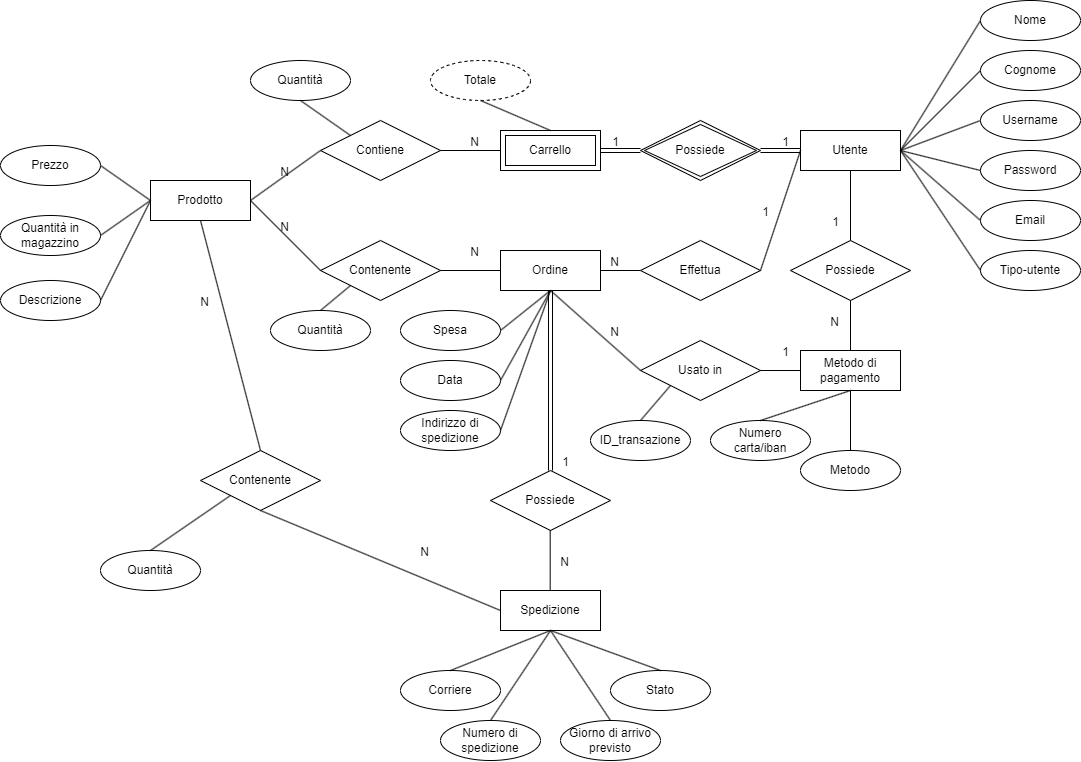
The draw.io diagram BD/GourmetSpices.png in superfra01/GourmetSpices, before a commit. Source tidied: cells renumbered, new cells last; positions are measured from the earlier drawing's top-left corner, leaving out a move shared by most shapes.
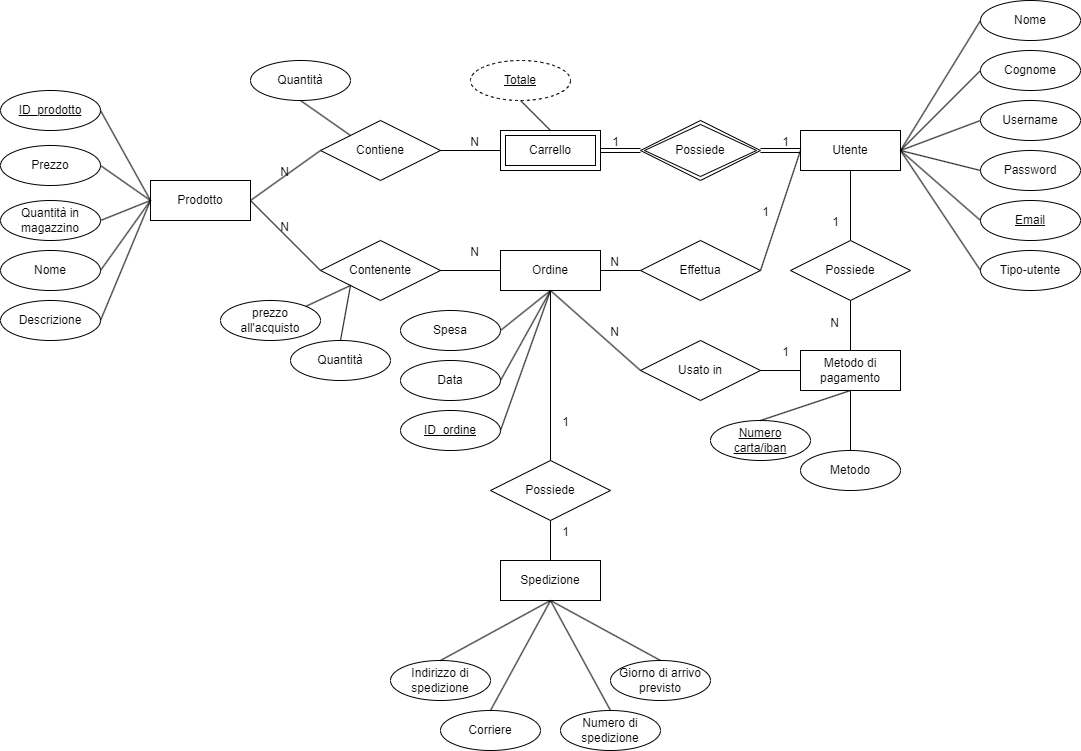
Above is the later version.

The edit, as a diff of the source:
```diff
@@ -17,7 +17,7 @@
     <mxCell id="6" value="Password" style="ellipse;whiteSpace=wrap;html=1;align=center;" parent="1" vertex="1">
       <mxGeometry x="980" y="150" width="100" height="40" as="geometry" />
     </mxCell>
-    <mxCell id="7" value="Email" style="ellipse;whiteSpace=wrap;html=1;align=center;" parent="1" vertex="1">
+    <mxCell id="7" value="Email" style="ellipse;whiteSpace=wrap;html=1;align=center;gradientColor=none;fontStyle=4;" parent="1" vertex="1">
       <mxGeometry x="980" y="200" width="100" height="40" as="geometry" />
     </mxCell>
     <mxCell id="8" value="Tipo-utente" style="ellipse;whiteSpace=wrap;html=1;align=center;" parent="1" vertex="1">
@@ -168,7 +168,7 @@
       </mxGeometry>
     </mxCell>
     <mxCell id="49" value="Quantità" style="ellipse;whiteSpace=wrap;html=1;align=center;" parent="1" vertex="1">
-      <mxGeometry x="270" y="310" width="100" height="40" as="geometry" />
+      <mxGeometry x="290" y="340" width="100" height="40" as="geometry" />
     </mxCell>
     <mxCell id="50" style="endArrow=none;html=1;rounded=0;exitX=0.5;exitY=0;exitDx=0;exitDy=0;entryX=0;entryY=1;entryDx=0;entryDy=0;" parent="1" edge="1" source="49" target="33">
       <mxGeometry relative="1" as="geometry" />
@@ -182,8 +182,8 @@
     <mxCell id="53" style="endArrow=none;html=1;rounded=0;exitX=0.5;exitY=1;exitDx=0;exitDy=0;entryX=0;entryY=0;entryDx=0;entryDy=0;" parent="1" edge="1" source="51" target="16">
       <mxGeometry relative="1" as="geometry" />
     </mxCell>
-    <mxCell id="54" value="Totale" style="ellipse;whiteSpace=wrap;html=1;align=center;dashed=1;" parent="1" vertex="1">
-      <mxGeometry x="430" y="60" width="100" height="40" as="geometry" />
+    <mxCell id="54" value="Totale" style="ellipse;whiteSpace=wrap;html=1;align=center;dashed=1;fontStyle=4;" parent="1" vertex="1">
+      <mxGeometry x="470" y="60" width="100" height="40" as="geometry" />
     </mxCell>
     <mxCell id="55" style="endArrow=none;html=1;rounded=0;exitX=0.5;exitY=1;exitDx=0;exitDy=0;entryX=0.5;entryY=0;entryDx=0;entryDy=0;" parent="1" edge="1" source="54" target="17">
       <mxGeometry relative="1" as="geometry" />
@@ -195,7 +195,7 @@
       <mxGeometry y="145" width="100" height="40" as="geometry" />
     </mxCell>
     <mxCell id="58" value="Quantità in magazzino" style="ellipse;whiteSpace=wrap;html=1;align=center;" parent="1" vertex="1">
-      <mxGeometry y="215" width="100" height="40" as="geometry" />
+      <mxGeometry y="200" width="100" height="40" as="geometry" />
     </mxCell>
     <mxCell id="59" style="endArrow=none;html=1;rounded=0;exitX=1;exitY=0.5;exitDx=0;exitDy=0;entryX=0;entryY=0.5;entryDx=0;entryDy=0;" parent="1" edge="1" source="58" target="15">
       <mxGeometry relative="1" as="geometry" />
@@ -210,12 +210,12 @@
       <mxGeometry relative="1" as="geometry" />
     </mxCell>
     <mxCell id="63" value="Indirizzo di spedizione" style="ellipse;whiteSpace=wrap;html=1;align=center;" parent="1" vertex="1">
-      <mxGeometry x="400" y="410" width="100" height="40" as="geometry" />
+      <mxGeometry x="390" y="660" width="100" height="40" as="geometry" />
     </mxCell>
-    <mxCell id="64" style="endArrow=none;html=1;rounded=0;exitX=0.5;exitY=1;exitDx=0;exitDy=0;entryX=1;entryY=0.5;entryDx=0;entryDy=0;" parent="1" edge="1" source="30" target="63">
+    <mxCell id="64" style="endArrow=none;html=1;rounded=0;exitX=0.5;exitY=1;exitDx=0;exitDy=0;entryX=0.5;entryY=0;entryDx=0;entryDy=0;" parent="1" edge="1" source="69" target="63">
       <mxGeometry relative="1" as="geometry" />
     </mxCell>
-    <mxCell id="65" value="Numero carta/iban" style="ellipse;whiteSpace=wrap;html=1;align=center;" parent="1" vertex="1">
+    <mxCell id="65" value="Numero carta/iban" style="ellipse;whiteSpace=wrap;html=1;align=center;fontStyle=4;" parent="1" vertex="1">
       <mxGeometry x="710" y="420" width="100" height="40" as="geometry" />
     </mxCell>
     <mxCell id="66" value="Metodo" style="ellipse;whiteSpace=wrap;html=1;align=center;" parent="1" vertex="1">
@@ -228,49 +228,35 @@
       <mxGeometry relative="1" as="geometry" />
     </mxCell>
     <mxCell id="69" value="Spedizione" style="whiteSpace=wrap;html=1;align=center;" parent="1" vertex="1">
-      <mxGeometry x="500" y="590" width="100" height="40" as="geometry" />
+      <mxGeometry x="500" y="560" width="100" height="40" as="geometry" />
     </mxCell>
     <mxCell id="70" value="Possiede" style="shape=rhombus;perimeter=rhombusPerimeter;whiteSpace=wrap;html=1;align=center;" parent="1" vertex="1">
-      <mxGeometry x="490" y="470" width="120" height="60" as="geometry" />
+      <mxGeometry x="490" y="460" width="120" height="60" as="geometry" />
     </mxCell>
+    <mxCell id="88" style="endArrow=none;html=1;rounded=0;exitX=0.5;exitY=1;exitDx=0;exitDy=0;entryX=0.5;entryY=0;entryDx=0;entryDy=0;" parent="1" edge="1" source="30" target="70">
+      <mxGeometry relative="1" as="geometry" />
+    </mxCell>
+    <mxCell id="89" value="1" style="html=1;whiteSpace=wrap;align=right;verticalAlign=bottom;" parent="88" vertex="1">
+      <mxGeometry x="1" relative="1" as="geometry">
+        <mxPoint x="20" y="-30" as="offset" />
+      </mxGeometry>
+    </mxCell>
-    <mxCell id="71" style="endArrow=none;html=1;rounded=0;exitX=0.5;exitY=1;exitDx=0;exitDy=0;entryX=0.5;entryY=0;entryDx=0;entryDy=0;" parent="1" edge="1">
-      <mxGeometry relative="1" as="geometry">
-        <mxPoint x="549.7" y="530" as="sourcePoint" />
-        <mxPoint x="549.7" y="590" as="targetPoint" />
-      </mxGeometry>
+    <mxCell id="71" style="endArrow=none;html=1;rounded=0;exitX=0.5;exitY=1;exitDx=0;exitDy=0;entryX=0.5;entryY=0;entryDx=0;entryDy=0;" parent="1" edge="1" source="70" target="69">
+      <mxGeometry relative="1" as="geometry" />
     </mxCell>
-    <mxCell id="72" value="N" style="html=1;whiteSpace=wrap;align=right;verticalAlign=bottom;" parent="71" vertex="1">
+    <mxCell id="72" value="1" style="html=1;whiteSpace=wrap;align=right;verticalAlign=bottom;" parent="71" vertex="1">
       <mxGeometry x="1" relative="1" as="geometry">
         <mxPoint x="20" y="-20" as="offset" />
       </mxGeometry>
     </mxCell>
-    <mxCell id="73" value="Contenente" style="shape=rhombus;perimeter=rhombusPerimeter;whiteSpace=wrap;html=1;align=center;" parent="1" vertex="1">
-      <mxGeometry x="200" y="450" width="120" height="60" as="geometry" />
-    </mxCell>
-    <mxCell id="74" style="endArrow=none;html=1;rounded=0;exitX=0.5;exitY=1;exitDx=0;exitDy=0;entryX=0;entryY=0.5;entryDx=0;entryDy=0;" parent="1" edge="1" source="73" target="69">
-      <mxGeometry relative="1" as="geometry" />
-    </mxCell>
-    <mxCell id="75" value="N" style="html=1;whiteSpace=wrap;align=right;verticalAlign=bottom;" parent="74" vertex="1">
-      <mxGeometry x="1" relative="1" as="geometry">
-        <mxPoint x="-70" y="-50" as="offset" />
-      </mxGeometry>
-    </mxCell>
-    <mxCell id="76" style="endArrow=none;html=1;rounded=0;exitX=0.5;exitY=0;exitDx=0;exitDy=0;entryX=0.5;entryY=1;entryDx=0;entryDy=0;" parent="1" edge="1" source="73" target="15">
-      <mxGeometry relative="1" as="geometry" />
-    </mxCell>
-    <mxCell id="77" value="N" style="html=1;whiteSpace=wrap;align=right;verticalAlign=bottom;" parent="76" vertex="1">
-      <mxGeometry x="1" relative="1" as="geometry">
-        <mxPoint x="10" y="90" as="offset" />
-      </mxGeometry>
-    </mxCell>
     <mxCell id="78" value="Corriere" style="ellipse;whiteSpace=wrap;html=1;align=center;" parent="1" vertex="1">
-      <mxGeometry x="400" y="670" width="100" height="40" as="geometry" />
+      <mxGeometry x="440" y="710" width="100" height="40" as="geometry" />
     </mxCell>
     <mxCell id="79" value="Numero di spedizione" style="ellipse;whiteSpace=wrap;html=1;align=center;" parent="1" vertex="1">
-      <mxGeometry x="440" y="720" width="100" height="40" as="geometry" />
+      <mxGeometry x="560" y="710" width="100" height="40" as="geometry" />
     </mxCell>
     <mxCell id="80" value="Giorno di arrivo previsto" style="ellipse;whiteSpace=wrap;html=1;align=center;" parent="1" vertex="1">
-      <mxGeometry x="560" y="720" width="100" height="40" as="geometry" />
+      <mxGeometry x="610" y="660" width="100" height="40" as="geometry" />
     </mxCell>
     <mxCell id="81" style="endArrow=none;html=1;rounded=0;exitX=0.5;exitY=1;exitDx=0;exitDy=0;entryX=0.5;entryY=0;entryDx=0;entryDy=0;" parent="1" edge="1" source="69" target="78">
       <mxGeometry relative="1" as="geometry" />
@@ -281,37 +267,35 @@
     <mxCell id="83" style="endArrow=none;html=1;rounded=0;exitX=0.5;exitY=1;exitDx=0;exitDy=0;entryX=0.5;entryY=0;entryDx=0;entryDy=0;" parent="1" edge="1" source="69" target="79">
       <mxGeometry relative="1" as="geometry" />
     </mxCell>
-    <mxCell id="84" value="ID_transazione" style="ellipse;whiteSpace=wrap;html=1;align=center;" parent="1" vertex="1">
-      <mxGeometry x="590" y="420" width="100" height="40" as="geometry" />
-    </mxCell>
-    <mxCell id="85" style="endArrow=none;html=1;rounded=0;exitX=0.5;exitY=0;exitDx=0;exitDy=0;entryX=0;entryY=1;entryDx=0;entryDy=0;" parent="1" edge="1" source="84" target="40">
-      <mxGeometry relative="1" as="geometry" />
-    </mxCell>
-    <mxCell id="86" value="Quantità" style="ellipse;whiteSpace=wrap;html=1;align=center;" parent="1" vertex="1">
-      <mxGeometry x="100" y="550" width="100" height="40" as="geometry" />
-    </mxCell>
-    <mxCell id="87" style="endArrow=none;html=1;rounded=0;exitX=0.5;exitY=0;exitDx=0;exitDy=0;entryX=0;entryY=1;entryDx=0;entryDy=0;" parent="1" edge="1" source="86" target="73">
-      <mxGeometry relative="1" as="geometry" />
-    </mxCell>
-    <mxCell id="88" style="shape=link;html=1;rounded=0;exitX=0.5;exitY=1;exitDx=0;exitDy=0;entryX=0.5;entryY=0;entryDx=0;entryDy=0;" parent="1" edge="1" source="30" target="70">
-      <mxGeometry relative="1" as="geometry" />
-    </mxCell>
-    <mxCell id="89" value="1" style="html=1;whiteSpace=wrap;align=right;verticalAlign=bottom;" parent="88" vertex="1">
-      <mxGeometry x="1" relative="1" as="geometry">
-        <mxPoint x="20" as="offset" />
-      </mxGeometry>
-    </mxCell>
+    <mxCell id="94" value="prezzo all'acquisto" style="ellipse;whiteSpace=wrap;html=1;align=center;" parent="1" vertex="1">
+      <mxGeometry x="220" y="300" width="100" height="40" as="geometry" />
+    </mxCell>
+    <mxCell id="95" style="endArrow=none;html=1;rounded=0;exitX=1;exitY=0;exitDx=0;exitDy=0;entryX=0;entryY=1;entryDx=0;entryDy=0;" parent="1" edge="1" source="94" target="33">
+      <mxGeometry relative="1" as="geometry" />
+    </mxCell>
+    <mxCell id="96" value="ID_prodotto" style="ellipse;whiteSpace=wrap;html=1;align=center;fontStyle=4;" parent="1" vertex="1">
+      <mxGeometry y="90" width="100" height="40" as="geometry" />
+    </mxCell>
+    <mxCell id="97" style="endArrow=none;html=1;rounded=0;exitX=1;exitY=0.5;exitDx=0;exitDy=0;entryX=0;entryY=0.5;entryDx=0;entryDy=0;" parent="1" edge="1" source="96" target="15">
+      <mxGeometry relative="1" as="geometry" />
+    </mxCell>
+    <mxCell id="98" value="Nome" style="ellipse;whiteSpace=wrap;html=1;align=center;" parent="1" vertex="1">
+      <mxGeometry y="250" width="100" height="40" as="geometry" />
+    </mxCell>
     <mxCell id="90" value="Descrizione" style="ellipse;whiteSpace=wrap;html=1;align=center;" parent="1" vertex="1">
-      <mxGeometry y="280" width="100" height="40" as="geometry" />
+      <mxGeometry y="300" width="100" height="40" as="geometry" />
     </mxCell>
+    <mxCell id="99" style="endArrow=none;html=1;rounded=0;exitX=1;exitY=0.5;exitDx=0;exitDy=0;entryX=0;entryY=0.5;entryDx=0;entryDy=0;" parent="1" edge="1" source="98" target="15">
+      <mxGeometry relative="1" as="geometry" />
+    </mxCell>
     <mxCell id="91" style="endArrow=none;html=1;rounded=0;exitX=1;exitY=0.5;exitDx=0;exitDy=0;entryX=0;entryY=0.5;entryDx=0;entryDy=0;" parent="1" edge="1" source="90" target="15">
       <mxGeometry relative="1" as="geometry" />
     </mxCell>
-    <mxCell id="92" value="Stato" style="ellipse;whiteSpace=wrap;html=1;align=center;" parent="1" vertex="1">
-      <mxGeometry x="610" y="670" width="100" height="40" as="geometry" />
-    </mxCell>
-    <mxCell id="93" style="endArrow=none;html=1;rounded=0;exitX=0.5;exitY=1;exitDx=0;exitDy=0;entryX=0.5;entryY=0;entryDx=0;entryDy=0;" parent="1" edge="1" source="69" target="92">
-      <mxGeometry relative="1" as="geometry" />
-    </mxCell>
+    <mxCell id="100" value="ID_ordine" style="ellipse;whiteSpace=wrap;html=1;align=center;fontStyle=4;" parent="1" vertex="1">
+      <mxGeometry x="400" y="410" width="100" height="40" as="geometry" />
+    </mxCell>
+    <mxCell id="101" style="endArrow=none;html=1;rounded=0;exitX=1;exitY=0.5;exitDx=0;exitDy=0;entryX=0.5;entryY=1;entryDx=0;entryDy=0;" parent="1" edge="1" source="100" target="30">
+      <mxGeometry relative="1" as="geometry" />
+    </mxCell>
   </root>
 </mxGraphModel>
```
